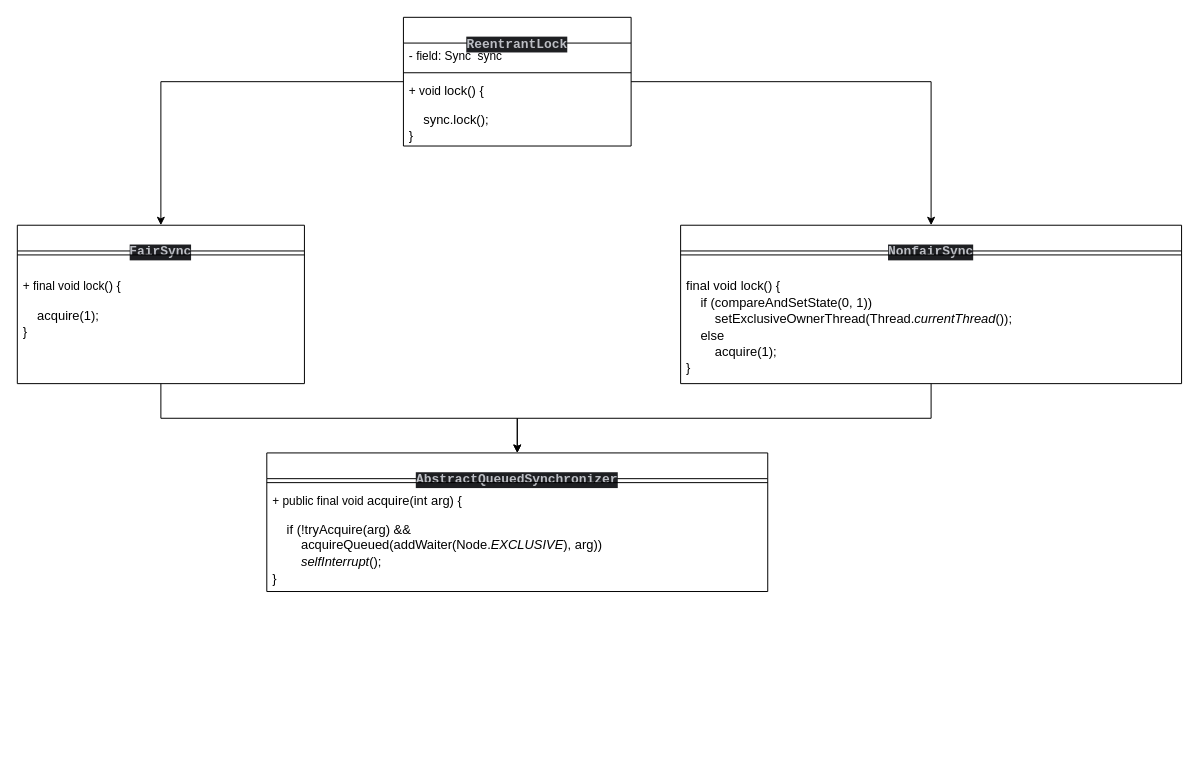
Before: java8 AQS分析.drawio in lyflexi/draw.io-online, a draw.io diagram. Source tidied: cells renumbered, new cells numbered last; positions are measured from the earlier drawing's top-left corner, leaving out a move shared by most shapes. Both pictures are drawn from the tidied source at 99%, with x=0, y=0 at pixel (17, 17).
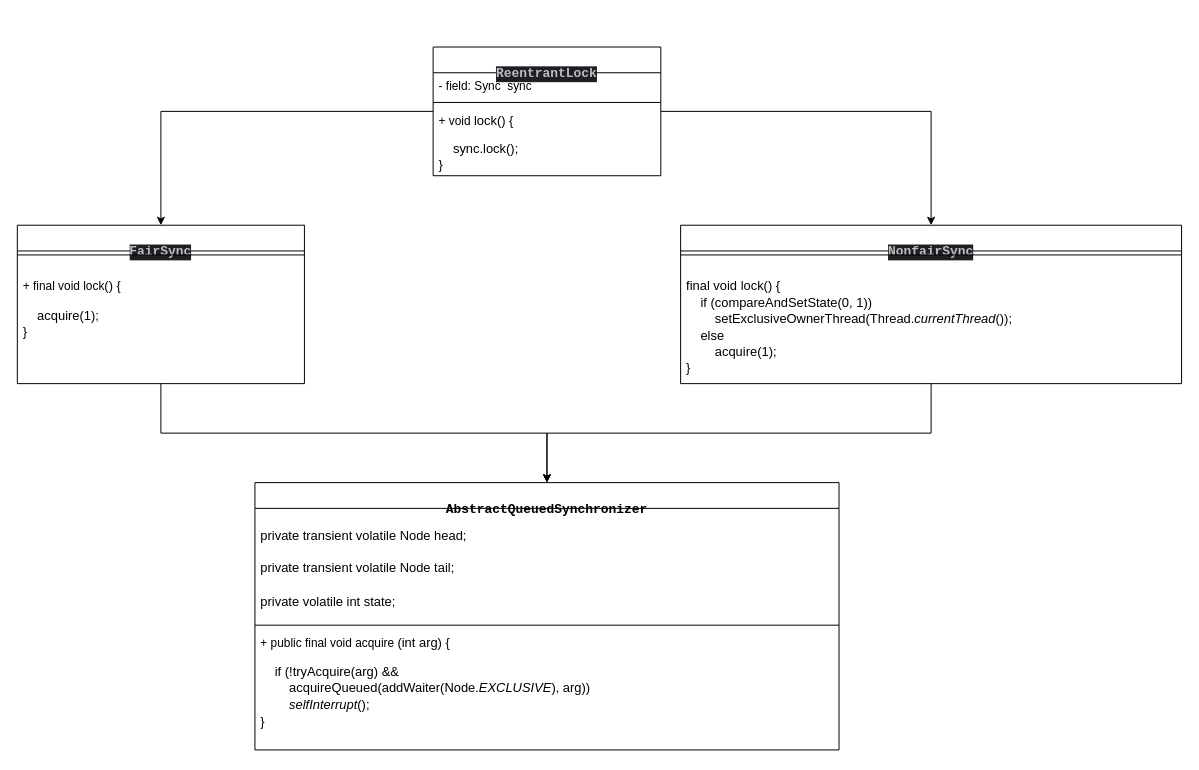
The same page after the edit.

The edit, as a diff of the source:
```diff
@@
 <mxGraphModel>
   <root>
     <mxCell id="0" />
     <mxCell id="1" parent="0" />
     <mxCell id="2" style="edgeStyle=orthogonalEdgeStyle;rounded=0;jettySize=auto;html=1;" parent="1" edge="1" source="4" target="16">
       <mxGeometry relative="1" as="geometry" />
     </mxCell>
     <mxCell id="3" style="edgeStyle=orthogonalEdgeStyle;rounded=0;jettySize=auto;html=1;" parent="1" edge="1" source="4" target="12">
       <mxGeometry relative="1" as="geometry" />
     </mxCell>
     <mxCell id="4" value="&lt;div style=&quot;background-color:#1e1f22;color:#bcbec4&quot;&gt;&lt;pre style=&quot;font-family:'JetBrains Mono',monospace;font-size:9.8pt;&quot;&gt;ReentrantLock&lt;/pre&gt;&lt;/div&gt;" style="swimlane;fontStyle=1;align=center;verticalAlign=top;horizontal=1;startSize=26;whiteSpace=wrap;html=1;" parent="1" vertex="1">
-      <mxGeometry x="390" width="230" height="130" as="geometry" />
+      <mxGeometry x="420" y="30" width="230" height="130" as="geometry" />
     </mxCell>
     <mxCell id="5" value="- field:&amp;nbsp;Sync&amp;nbsp;&amp;nbsp;sync" style="text;strokeColor=none;fillColor=none;align=left;verticalAlign=top;spacingLeft=4;spacingRight=4;overflow=hidden;whiteSpace=wrap;html=1;" parent="4" vertex="1">
       <mxGeometry y="26" width="230" height="26" as="geometry" />
     </mxCell>
     <mxCell id="6" style="line;strokeWidth=1;fillColor=none;align=left;verticalAlign=middle;spacingTop=-1;spacingLeft=3;spacingRight=3;labelPosition=right;strokeColor=inherit;" parent="4" vertex="1">
       <mxGeometry y="52" width="230" height="8" as="geometry" />
     </mxCell>
     <mxCell id="7" value="&lt;span style=&quot;background-color: rgb(255, 255, 255);&quot;&gt;&lt;font face=&quot;Helvetica&quot;&gt;+ void &lt;span style=&quot;font-size: 9.8pt;&quot;&gt;lock&lt;/span&gt;&lt;span style=&quot;font-size: 9.8pt;&quot;&gt;() {&lt;/span&gt;&lt;/font&gt;&lt;/span&gt;&lt;div style=&quot;&quot;&gt;&lt;pre style=&quot;font-size: 9.8pt;&quot;&gt;&lt;span style=&quot;background-color: rgb(255, 255, 255);&quot;&gt;&lt;font face=&quot;Rd0oFiaIMb7LadUvcfMT&quot;&gt;    sync.lock();&lt;br&gt;}&lt;/font&gt;&lt;/span&gt;&lt;/pre&gt;&lt;/div&gt;" style="text;strokeColor=none;fillColor=none;align=left;verticalAlign=top;spacingLeft=4;spacingRight=4;overflow=hidden;whiteSpace=wrap;html=1;" parent="4" vertex="1">
       <mxGeometry y="60" width="230" height="70" as="geometry" />
     </mxCell>
-    <mxCell id="8" value="&lt;div style=&quot;background-color:#1e1f22;color:#bcbec4&quot;&gt;&lt;pre style=&quot;font-family:'JetBrains Mono',monospace;font-size:9.8pt;&quot;&gt;AbstractQueuedSynchronizer&lt;/pre&gt;&lt;/div&gt;" style="swimlane;fontStyle=1;align=center;verticalAlign=top;horizontal=1;startSize=26;whiteSpace=wrap;html=1;" parent="1" vertex="1">
-      <mxGeometry x="252" y="440" width="506" height="140" as="geometry" />
-    </mxCell>
-    <mxCell id="9" style="line;strokeWidth=1;fillColor=none;align=left;verticalAlign=middle;spacingTop=-1;spacingLeft=3;spacingRight=3;labelPosition=right;strokeColor=inherit;" parent="8" vertex="1">
-      <mxGeometry y="26" width="506" height="8" as="geometry" />
-    </mxCell>
-    <mxCell id="10" value="&lt;span style=&quot;background-color: rgb(255, 255, 255);&quot;&gt;&lt;font face=&quot;Helvetica&quot;&gt;+&amp;nbsp;public final void &lt;span style=&quot;font-size: 9.8pt;&quot;&gt;acquire&lt;/span&gt;&lt;span style=&quot;font-size: 9.8pt;&quot;&gt;(&lt;/span&gt;&lt;span style=&quot;font-size: 9.8pt;&quot;&gt;int &lt;/span&gt;&lt;span style=&quot;font-size: 9.8pt;&quot;&gt;arg) {&lt;/span&gt;&lt;/font&gt;&lt;/span&gt;&lt;div style=&quot;&quot;&gt;&lt;pre style=&quot;font-size: 9.8pt;&quot;&gt;&lt;span style=&quot;background-color: rgb(255, 255, 255);&quot;&gt;&lt;font face=&quot;c0V_fXEe3SZq-omvmgWa&quot;&gt;    if (!tryAcquire(arg) &amp;amp;&amp;amp;&lt;br&gt;        acquireQueued(addWaiter(Node.&lt;span style=&quot;font-style: italic;&quot;&gt;EXCLUSIVE&lt;/span&gt;), arg))&lt;br&gt;        &lt;span style=&quot;font-style: italic;&quot;&gt;selfInterrupt&lt;/span&gt;();&lt;br&gt;}&lt;/font&gt;&lt;/span&gt;&lt;/pre&gt;&lt;/div&gt;" style="text;strokeColor=none;fillColor=none;align=left;verticalAlign=top;spacingLeft=4;spacingRight=4;overflow=hidden;whiteSpace=wrap;html=1;" parent="8" vertex="1">
-      <mxGeometry y="34" width="506" height="106" as="geometry" />
-    </mxCell>
     <mxCell id="11" style="edgeStyle=orthogonalEdgeStyle;rounded=0;jettySize=auto;html=1;entryX=0.5;entryY=0;entryDx=0;entryDy=0;" parent="1" edge="1" source="12" target="8">
       <mxGeometry relative="1" as="geometry" />
     </mxCell>
     <mxCell id="12" value="&lt;div style=&quot;background-color:#1e1f22;color:#bcbec4&quot;&gt;&lt;pre style=&quot;font-family:'JetBrains Mono',monospace;font-size:9.8pt;&quot;&gt;&lt;div&gt;&lt;pre style=&quot;font-family:'JetBrains Mono',monospace;font-size:9.8pt;&quot;&gt;NonfairSync&lt;/pre&gt;&lt;/div&gt;&lt;/pre&gt;&lt;/div&gt;" style="swimlane;fontStyle=1;align=center;verticalAlign=top;horizontal=1;startSize=26;whiteSpace=wrap;html=1;" parent="1" vertex="1">
       <mxGeometry x="670" y="210" width="506" height="160" as="geometry" />
     </mxCell>
     <mxCell id="13" style="line;strokeWidth=1;fillColor=none;align=left;verticalAlign=middle;spacingTop=-1;spacingLeft=3;spacingRight=3;labelPosition=right;strokeColor=inherit;" parent="12" vertex="1">
       <mxGeometry y="26" width="506" height="8" as="geometry" />
     </mxCell>
     <mxCell id="14" value="&lt;div style=&quot;&quot;&gt;&lt;pre style=&quot;font-size: 9.8pt;&quot;&gt;&lt;font style=&quot;background-color: rgb(255, 255, 255);&quot; face=&quot;Helvetica&quot;&gt;final void lock() {&lt;br&gt;    if (compareAndSetState(0, 1))&lt;br&gt;        setExclusiveOwnerThread(Thread.&lt;span style=&quot;font-style: italic;&quot;&gt;currentThread&lt;/span&gt;());&lt;br&gt;    else&lt;br&gt;        acquire(1);&lt;br&gt;}&lt;/font&gt;&lt;/pre&gt;&lt;/div&gt;" style="text;strokeColor=none;fillColor=none;align=left;verticalAlign=top;spacingLeft=4;spacingRight=4;overflow=hidden;whiteSpace=wrap;html=1;" parent="12" vertex="1">
       <mxGeometry y="34" width="506" height="126" as="geometry" />
     </mxCell>
-    <mxCell id="15" style="edgeStyle=orthogonalEdgeStyle;rounded=0;jettySize=auto;html=1;" parent="1" edge="1" source="16" target="8">
+    <mxCell id="15" style="edgeStyle=orthogonalEdgeStyle;rounded=0;jettySize=auto;html=1;entryX=0.5;entryY=0;entryDx=0;entryDy=0;" parent="1" edge="1" source="16" target="8">
       <mxGeometry relative="1" as="geometry" />
     </mxCell>
     <mxCell id="16" value="&lt;div style=&quot;background-color:#1e1f22;color:#bcbec4&quot;&gt;&lt;pre style=&quot;font-family:'JetBrains Mono',monospace;font-size:9.8pt;&quot;&gt;&lt;pre style=&quot;font-family:'JetBrains Mono',monospace;font-size:9.8pt;&quot;&gt;&lt;pre style=&quot;border-color: var(--border-color); font-size: 9.8pt; font-family: &amp;quot;JetBrains Mono&amp;quot;, monospace;&quot;&gt;FairSync&lt;/pre&gt;&lt;/pre&gt;&lt;/pre&gt;&lt;/div&gt;" style="swimlane;fontStyle=1;align=center;verticalAlign=top;horizontal=1;startSize=26;whiteSpace=wrap;html=1;" parent="1" vertex="1">
       <mxGeometry y="210" width="290" height="160" as="geometry" />
     </mxCell>
     <mxCell id="17" style="line;strokeWidth=1;fillColor=none;align=left;verticalAlign=middle;spacingTop=-1;spacingLeft=3;spacingRight=3;labelPosition=right;strokeColor=inherit;" parent="16" vertex="1">
       <mxGeometry y="26" width="290" height="8" as="geometry" />
     </mxCell>
     <mxCell id="18" value="&lt;div style=&quot;&quot;&gt;&lt;pre style=&quot;font-size: 9.8pt;&quot;&gt;&lt;font style=&quot;border-color: var(--border-color); font-family: Helvetica; font-size: 12px; background-color: rgb(255, 255, 255);&quot; face=&quot;Helvetica&quot;&gt;+&amp;nbsp;final void&amp;nbsp;lock&lt;span style=&quot;border-color: var(--border-color); font-size: 9.8pt;&quot;&gt;() {&lt;/span&gt;&lt;/font&gt;&lt;div style=&quot;border-color: var(--border-color); font-family: Helvetica; font-size: 12px;&quot;&gt;&lt;pre style=&quot;border-color: var(--border-color); font-size: 9.8pt;&quot;&gt;&lt;font style=&quot;border-color: var(--border-color); background-color: rgb(255, 255, 255);&quot; face=&quot;Y2wXdlfGSNHiXzlKfy54&quot;&gt;    acquire(1);&lt;br style=&quot;border-color: var(--border-color);&quot;&gt;}&lt;/font&gt;&lt;/pre&gt;&lt;/div&gt;&lt;/pre&gt;&lt;/div&gt;" style="text;strokeColor=none;fillColor=none;align=left;verticalAlign=top;spacingLeft=4;spacingRight=4;overflow=hidden;whiteSpace=wrap;html=1;" parent="16" vertex="1">
       <mxGeometry y="34" width="290" height="126" as="geometry" />
     </mxCell>
+    <mxCell id="8" value="&lt;pre style=&quot;border-color: var(--border-color); font-family: &amp;quot;JetBrains Mono&amp;quot;, monospace; font-size: 9.8pt;&quot;&gt;AbstractQueuedSynchronizer&lt;/pre&gt;" style="swimlane;fontStyle=1;align=center;verticalAlign=top;horizontal=1;startSize=26;whiteSpace=wrap;html=1;" parent="1" vertex="1">
+      <mxGeometry x="240" y="470" width="590" height="270" as="geometry" />
+    </mxCell>
+    <mxCell id="19" value="&lt;div style=&quot;&quot;&gt;&lt;pre style=&quot;font-size: 9.8pt;&quot;&gt;&lt;span style=&quot;background-color: rgb(255, 255, 255);&quot;&gt;&lt;font face=&quot;Helvetica&quot;&gt;private transient volatile Node head;&lt;br&gt;&lt;span style=&quot;font-style: italic;&quot;&gt;&lt;br&gt;&lt;/span&gt;private transient volatile Node tail;&lt;br&gt;&lt;span style=&quot;font-style: italic;&quot;&gt;&lt;br&gt;&lt;/span&gt;private volatile int state;&lt;/font&gt;&lt;/span&gt;&lt;/pre&gt;&lt;/div&gt;" style="text;strokeColor=none;fillColor=none;align=left;verticalAlign=top;spacingLeft=4;spacingRight=4;overflow=hidden;whiteSpace=wrap;html=1;" parent="8" vertex="1">
+      <mxGeometry y="26" width="590" height="114" as="geometry" />
+    </mxCell>
+    <mxCell id="20" style="line;strokeWidth=1;fillColor=none;align=left;verticalAlign=middle;spacingTop=-1;spacingLeft=3;spacingRight=3;labelPosition=right;strokeColor=inherit;" parent="8" vertex="1">
+      <mxGeometry y="140" width="590" height="8" as="geometry" />
+    </mxCell>
+    <mxCell id="10" value="&lt;font style=&quot;border-color: var(--border-color);&quot; face=&quot;Helvetica&quot;&gt;+&amp;nbsp;public final void acquire&amp;nbsp;&lt;span style=&quot;border-color: var(--border-color); font-size: 9.8pt;&quot;&gt;(&lt;/span&gt;&lt;span style=&quot;border-color: var(--border-color); font-size: 9.8pt;&quot;&gt;int&amp;nbsp;&lt;/span&gt;&lt;span style=&quot;border-color: var(--border-color); font-size: 9.8pt;&quot;&gt;arg) {&lt;/span&gt;&lt;/font&gt;&lt;span style=&quot;border-color: var(--border-color); background-color: rgb(255, 255, 255);&quot;&gt;&lt;/span&gt;&lt;div style=&quot;border-color: var(--border-color);&quot;&gt;&lt;pre style=&quot;border-color: var(--border-color); font-size: 9.8pt;&quot;&gt;&lt;span style=&quot;border-color: var(--border-color); background-color: rgb(255, 255, 255);&quot;&gt;&lt;font style=&quot;border-color: var(--border-color);&quot; face=&quot;c0V_fXEe3SZq-omvmgWa&quot;&gt;    if (!tryAcquire(arg) &amp;amp;&amp;amp;&lt;br style=&quot;border-color: var(--border-color);&quot;&gt;        acquireQueued(addWaiter(Node.&lt;span style=&quot;border-color: var(--border-color); font-style: italic;&quot;&gt;EXCLUSIVE&lt;/span&gt;), arg))&lt;br style=&quot;border-color: var(--border-color);&quot;&gt;        &lt;span style=&quot;border-color: var(--border-color); font-style: italic;&quot;&gt;selfInterrupt&lt;/span&gt;();&lt;br style=&quot;border-color: var(--border-color);&quot;&gt;}&lt;/font&gt;&lt;/span&gt;&lt;/pre&gt;&lt;/div&gt;" style="text;strokeColor=none;fillColor=none;align=left;verticalAlign=top;spacingLeft=4;spacingRight=4;overflow=hidden;whiteSpace=wrap;html=1;" parent="8" vertex="1">
+      <mxGeometry y="148" width="590" height="122" as="geometry" />
+    </mxCell>
   </root>
 </mxGraphModel>
```
